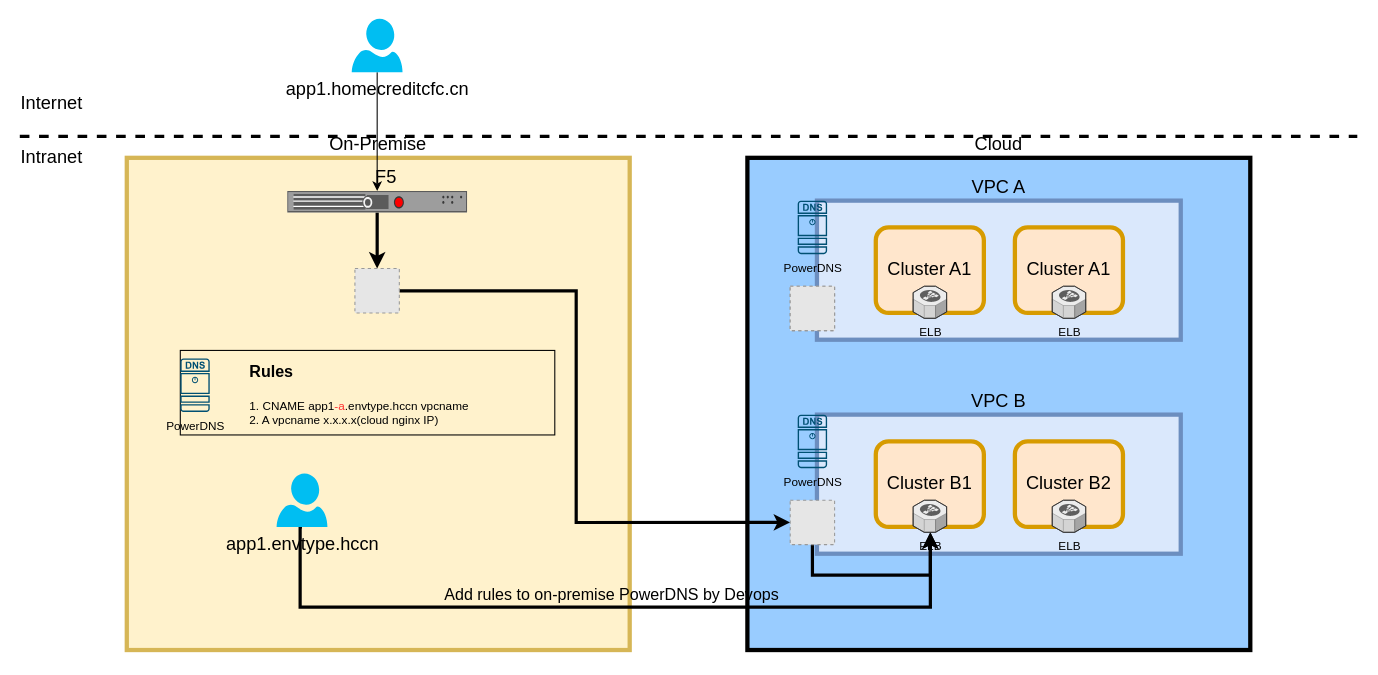
Earlier version of the draw.io diagram network.drawio (dosjia/chart). Source tidied: cells renumbered, new cells numbered last; positions are measured from the earlier drawing's top-left corner, leaving out a move shared by most shapes. Both pictures are drawn from the tidied source at 107%, with x=0, y=0 at pixel (19, 18). Pictures stored in the file or linked from it are replaced by grey dashed boxes.
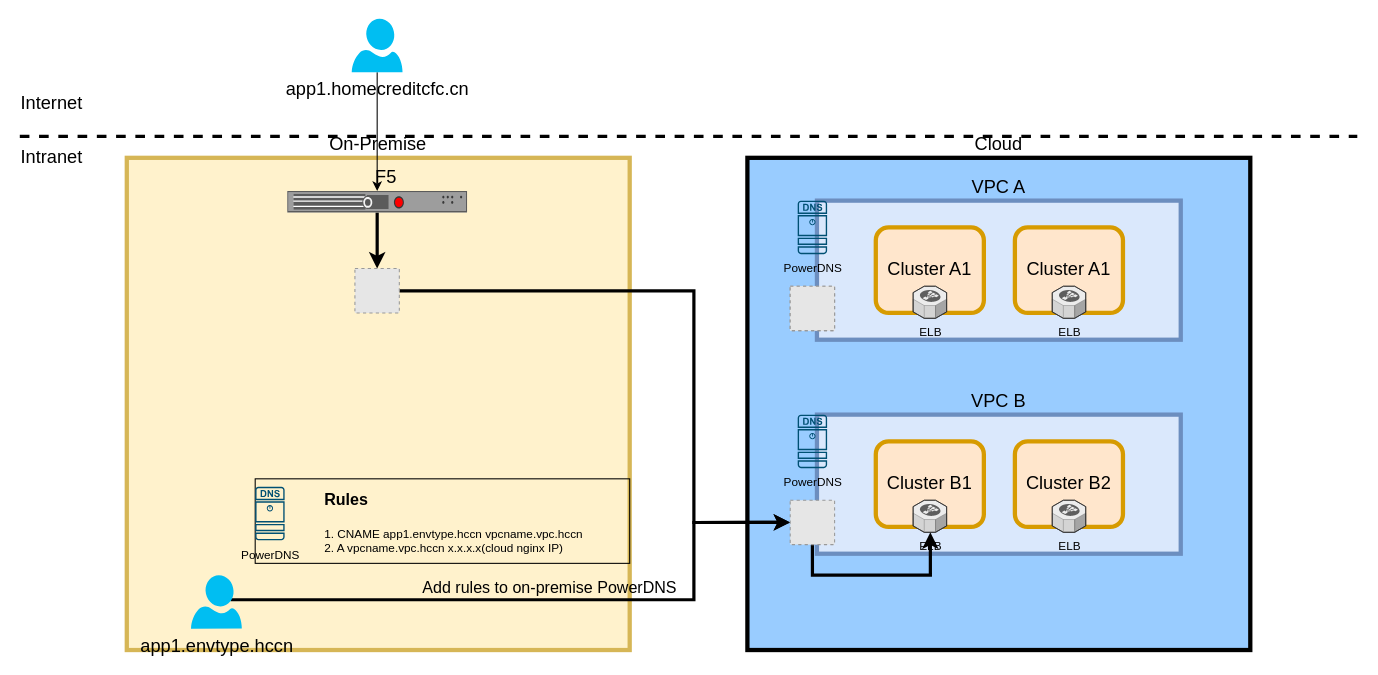
Above is the later version.

Unchanged cells that the change refers to:
```xml
<mxCell id="24" style="fillColor=#E6E6E6;strokeColor=#999999;dashed=1;html=1;verticalAlign=top;verticalLabelPosition=bottom;labelBackgroundColor=#ffffff;fontSize=17;" parent="1" vertex="1">
  <mxGeometry x="720" y="450" width="41.5" height="41.5" as="geometry" />
</mxCell>
<mxCell id="25" value="&lt;div&gt;ELB&lt;/div&gt;&lt;div&gt;&lt;br&gt;&lt;/div&gt;" style="verticalLabelPosition=bottom;html=1;verticalAlign=top;strokeWidth=1;align=center;outlineConnect=0;dashed=0;outlineConnect=0;shape=mxgraph.aws3d.elasticLoadBalancing;fillColor=#ECECEC;strokeColor=#5E5E5E;labelBackgroundColor=none;fontSize=11;" parent="1" vertex="1">
  <mxGeometry x="834.9" y="450" width="31.3" height="30" as="geometry" />
</mxCell>
<mxCell id="33" style="fillColor=#E6E6E6;strokeColor=#999999;dashed=1;html=1;verticalAlign=top;verticalLabelPosition=bottom;labelBackgroundColor=#ffffff;fontSize=17;" parent="1" vertex="1">
  <mxGeometry x="313.2" y="233.5" width="41.5" height="41.5" as="geometry" />
</mxCell>
```

Change to the diagram source:
```diff
@@
-    <mxCell id="11" value="&lt;div style=&quot;font-size: 15px;&quot;&gt;&lt;span style=&quot;font-size: 15px;&quot;&gt;Add rules to on-premise PowerDNS by Devops&lt;/span&gt;&lt;/div&gt;" style="edgeStyle=orthogonalEdgeStyle;rounded=0;jettySize=auto;html=1;fontSize=15;strokeWidth=3;exitX=0.5;exitY=1;exitDx=0;exitDy=0;exitPerimeter=0;labelBackgroundColor=none;labelPosition=center;verticalLabelPosition=top;align=center;verticalAlign=bottom;" parent="1" edge="1" source="12" target="25">
+    <mxCell id="11" value="&lt;div style=&quot;font-size: 15px&quot;&gt;&lt;span style=&quot;font-size: 15px&quot;&gt;Add rules to on-premise PowerDNS&lt;br&gt;&lt;/span&gt;&lt;/div&gt;" style="edgeStyle=orthogonalEdgeStyle;rounded=0;jettySize=auto;html=1;fontSize=15;strokeWidth=3;exitX=0.779;exitY=0.46;exitDx=0;exitDy=0;exitPerimeter=0;labelBackgroundColor=none;labelPosition=center;verticalLabelPosition=top;align=center;verticalAlign=bottom;entryX=0;entryY=0.5;entryDx=0;entryDy=0;" parent="1" edge="1" source="12" target="24">
       <mxGeometry relative="1" as="geometry">
         <Array as="points">
-          <mxPoint x="262" y="475" />
-          <mxPoint x="262" y="550" />
-          <mxPoint x="851" y="550" />
+          <mxPoint x="630" y="543" />
+          <mxPoint x="630" y="471" />
         </Array>
       </mxGeometry>
     </mxCell>
     <mxCell id="12" value="&lt;div&gt;app1.envtype.hccn&lt;/div&gt;" style="verticalLabelPosition=bottom;html=1;verticalAlign=top;align=center;strokeColor=none;fillColor=#00BEF2;shape=mxgraph.azure.user;labelBackgroundColor=none;fontSize=17;" parent="1" vertex="1">
-      <mxGeometry x="240" y="425" width="47.5" height="50" as="geometry" />
+      <mxGeometry x="160" y="520" width="47.5" height="50" as="geometry" />
     </mxCell>
@@
     <mxCell id="15" style="edgeStyle=orthogonalEdgeStyle;rounded=0;jettySize=auto;html=1;fontSize=11;strokeWidth=3;entryX=0;entryY=0.5;entryDx=0;entryDy=0;exitX=1;exitY=0.5;exitDx=0;exitDy=0;" parent="1" edge="1" source="33" target="24">
       <mxGeometry relative="1" as="geometry">
         <Array as="points">
-          <mxPoint x="520" y="254" />
-          <mxPoint x="520" y="471" />
+          <mxPoint x="630" y="254" />
+          <mxPoint x="630" y="471" />
         </Array>
       </mxGeometry>
     </mxCell>
@@
     <mxCell id="27" style="group;labelBorderColor=#000000;rounded=0;strokeColor=#000000;" parent="1" vertex="1">
-      <mxGeometry x="150" y="310" width="350" height="79" as="geometry" />
+      <mxGeometry x="220" y="430" width="350" height="79" as="geometry" />
     </mxCell>
-    <mxCell id="28" value="&lt;h1&gt;&lt;font style=&quot;font-size: 15px&quot;&gt;Rules&lt;/font&gt;&lt;/h1&gt;&lt;div&gt;1. CNAME app1&lt;font color=&quot;#FF3333&quot;&gt;-a&lt;/font&gt;.envtype.hccn vpcname&lt;/div&gt;&lt;div&gt;2. A vpcname x.x.x.x(cloud nginx IP)&lt;br&gt;&lt;/div&gt;" style="text;html=1;spacing=5;spacingTop=-20;overflow=hidden;rounded=0;labelBackgroundColor=none;fontSize=11;labelBorderColor=none;whiteSpace=wrap;" parent="27" vertex="1">
+    <mxCell id="28" value="&lt;h1&gt;&lt;font style=&quot;font-size: 15px&quot;&gt;Rules&lt;/font&gt;&lt;/h1&gt;&lt;div&gt;1. CNAME app1.envtype.hccn vpcname.vpc.hccn&lt;/div&gt;&lt;div&gt;2. A vpcname.vpc.hccn x.x.x.x(cloud nginx IP)&lt;br&gt;&lt;/div&gt;" style="text;html=1;spacing=5;spacingTop=-20;overflow=hidden;rounded=0;labelBackgroundColor=none;fontSize=11;labelBorderColor=none;whiteSpace=wrap;" parent="27" vertex="1">
       <mxGeometry x="60" width="290" height="79" as="geometry" />
     </mxCell>
```
